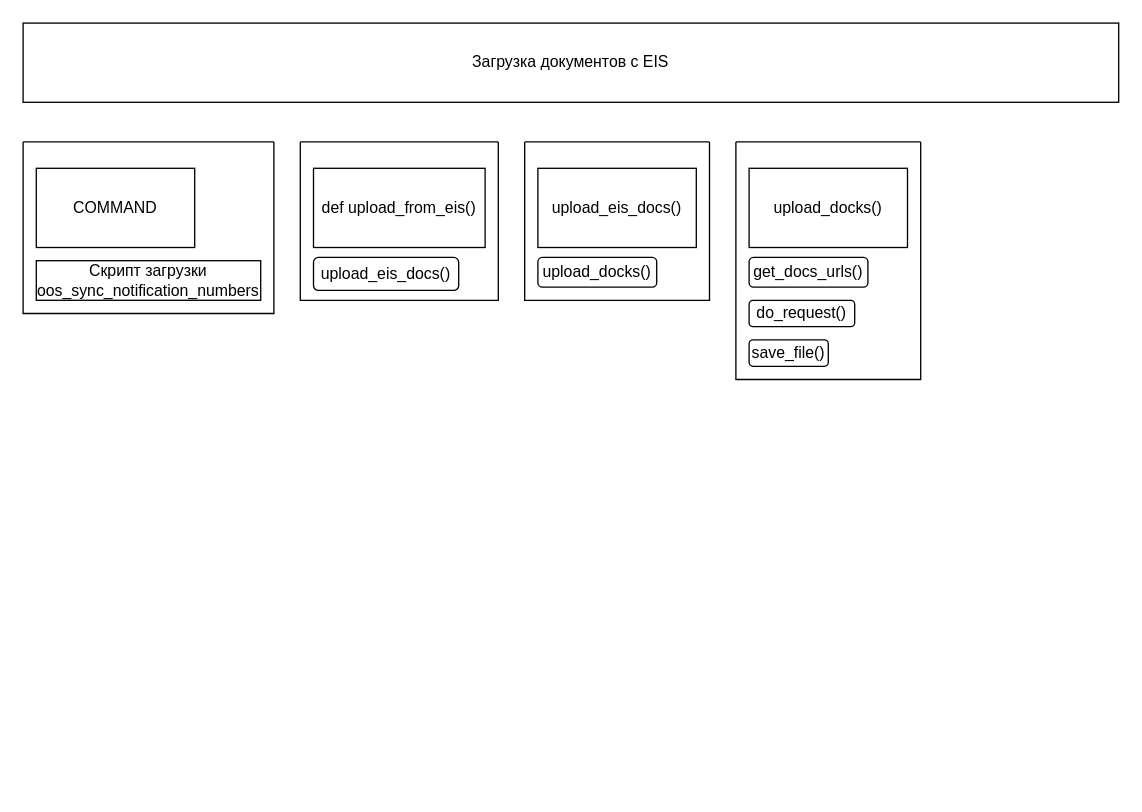
The draw.io diagram EIS_upload_plan.drawio in YaroslavMestkovsky/EIS_upload, before the edit. Source tidied: cells renumbered, new cells numbered last; positions are measured from the earlier drawing's top-left corner, leaving out a move shared by most shapes. Both pictures are drawn from the tidied source at 132%, with x=0, y=0 at pixel (22, 22).
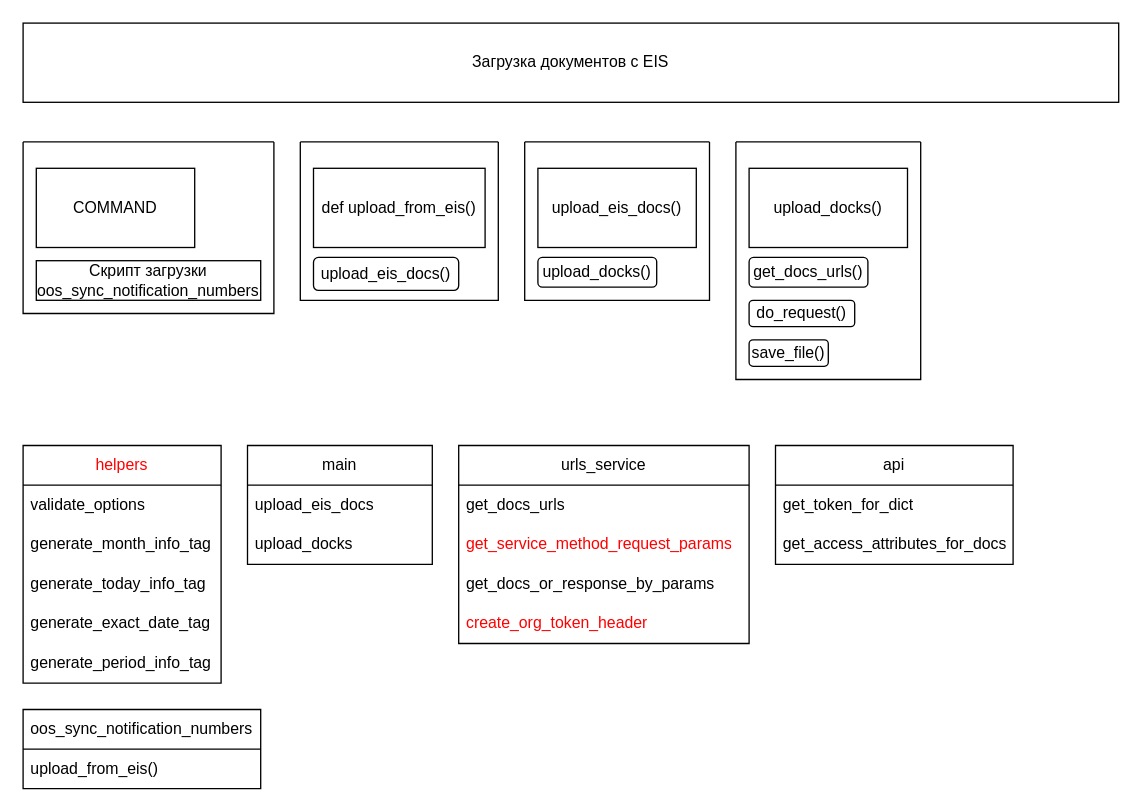
After the change.

What changed in the source:
```diff
@@
+    <mxCell id="17" value="&lt;font color=&quot;#ff0000&quot;&gt;helpers&lt;/font&gt;" style="swimlane;fontStyle=0;horizontal=1;startSize=30;whiteSpace=wrap;html=1;" parent="1" vertex="1">
+      <mxGeometry y="320" width="150" height="180" as="geometry" />
+    </mxCell>
+    <mxCell id="18" value="validate_options" style="text;strokeColor=none;fillColor=none;align=left;verticalAlign=middle;spacingLeft=4;spacingRight=4;overflow=hidden;whiteSpace=wrap;html=1;" parent="17" vertex="1">
+      <mxGeometry y="30" width="150" height="30" as="geometry" />
+    </mxCell>
+    <mxCell id="19" value="generate_month_info_tag" style="text;strokeColor=none;fillColor=none;align=left;verticalAlign=middle;spacingLeft=4;spacingRight=4;overflow=hidden;whiteSpace=wrap;html=1;" parent="17" vertex="1">
+      <mxGeometry y="60" width="150" height="30" as="geometry" />
+    </mxCell>
+    <mxCell id="20" value="generate_today_info_tag" style="text;strokeColor=none;fillColor=none;align=left;verticalAlign=middle;spacingLeft=4;spacingRight=4;overflow=hidden;whiteSpace=wrap;html=1;" parent="17" vertex="1">
+      <mxGeometry y="90" width="150" height="30" as="geometry" />
+    </mxCell>
+    <mxCell id="21" value="generate_exact_date_tag" style="text;strokeColor=none;fillColor=none;align=left;verticalAlign=middle;spacingLeft=4;spacingRight=4;overflow=hidden;whiteSpace=wrap;html=1;" parent="17" vertex="1">
+      <mxGeometry y="120" width="150" height="30" as="geometry" />
+    </mxCell>
+    <mxCell id="22" value="generate_period_info_tag" style="text;strokeColor=none;fillColor=none;align=left;verticalAlign=middle;spacingLeft=4;spacingRight=4;overflow=hidden;whiteSpace=wrap;html=1;" parent="17" vertex="1">
+      <mxGeometry y="150" width="150" height="30" as="geometry" />
+    </mxCell>
+    <mxCell id="23" value="main" style="swimlane;fontStyle=0;horizontal=1;startSize=30;whiteSpace=wrap;html=1;" parent="1" vertex="1">
+      <mxGeometry x="170" y="320" width="140" height="90" as="geometry" />
+    </mxCell>
+    <mxCell id="24" value="upload_eis_docs" style="text;strokeColor=none;fillColor=none;align=left;verticalAlign=middle;spacingLeft=4;spacingRight=4;overflow=hidden;whiteSpace=wrap;html=1;" parent="23" vertex="1">
+      <mxGeometry y="30" width="140" height="30" as="geometry" />
+    </mxCell>
+    <mxCell id="25" value="upload_docks" style="text;strokeColor=none;fillColor=none;align=left;verticalAlign=middle;spacingLeft=4;spacingRight=4;overflow=hidden;whiteSpace=wrap;html=1;" parent="23" vertex="1">
+      <mxGeometry y="60" width="140" height="30" as="geometry" />
+    </mxCell>
+    <mxCell id="26" value="urls_service" style="swimlane;fontStyle=0;horizontal=1;startSize=30;whiteSpace=wrap;html=1;" parent="1" vertex="1">
+      <mxGeometry x="330" y="320" width="220" height="150" as="geometry" />
+    </mxCell>
+    <mxCell id="27" value="get_docs_urls" style="text;strokeColor=none;fillColor=none;align=left;verticalAlign=middle;spacingLeft=4;spacingRight=4;overflow=hidden;whiteSpace=wrap;html=1;" parent="26" vertex="1">
+      <mxGeometry y="30" width="220" height="30" as="geometry" />
+    </mxCell>
+    <mxCell id="28" value="&lt;font color=&quot;#ff0000&quot;&gt;get_service_method_request_params&lt;/font&gt;" style="text;strokeColor=none;fillColor=none;align=left;verticalAlign=middle;spacingLeft=4;spacingRight=4;overflow=hidden;whiteSpace=wrap;html=1;" parent="26" vertex="1">
+      <mxGeometry y="60" width="220" height="30" as="geometry" />
+    </mxCell>
+    <mxCell id="29" value="get_docs_or_response_by_params" style="text;strokeColor=none;fillColor=none;align=left;verticalAlign=middle;spacingLeft=4;spacingRight=4;overflow=hidden;whiteSpace=wrap;html=1;" parent="26" vertex="1">
+      <mxGeometry y="90" width="220" height="30" as="geometry" />
+    </mxCell>
+    <mxCell id="30" value="&lt;font color=&quot;#ff0000&quot;&gt;create_org_token_header&lt;/font&gt;" style="text;strokeColor=none;fillColor=none;align=left;verticalAlign=middle;spacingLeft=4;spacingRight=4;overflow=hidden;whiteSpace=wrap;html=1;" parent="26" vertex="1">
+      <mxGeometry y="120" width="220" height="30" as="geometry" />
+    </mxCell>
+    <mxCell id="31" value="api" style="swimlane;fontStyle=0;horizontal=1;startSize=30;whiteSpace=wrap;html=1;" parent="1" vertex="1">
+      <mxGeometry x="570" y="320" width="180" height="90" as="geometry" />
+    </mxCell>
+    <mxCell id="32" value="get_token_for_dict" style="text;strokeColor=none;fillColor=none;align=left;verticalAlign=middle;spacingLeft=4;spacingRight=4;overflow=hidden;whiteSpace=wrap;html=1;" parent="31" vertex="1">
+      <mxGeometry y="30" width="180" height="30" as="geometry" />
+    </mxCell>
+    <mxCell id="33" value="get_access_attributes_for_docs" style="text;strokeColor=none;fillColor=none;align=left;verticalAlign=middle;spacingLeft=4;spacingRight=4;overflow=hidden;whiteSpace=wrap;html=1;" parent="31" vertex="1">
+      <mxGeometry y="60" width="180" height="30" as="geometry" />
+    </mxCell>
+    <mxCell id="34" value="oos_sync_notification_numbers" style="swimlane;fontStyle=0;horizontal=1;startSize=30;whiteSpace=wrap;html=1;" parent="1" vertex="1">
+      <mxGeometry y="520" width="180" height="60" as="geometry" />
+    </mxCell>
+    <mxCell id="35" value="upload_from_eis()" style="text;strokeColor=none;fillColor=none;align=left;verticalAlign=middle;spacingLeft=4;spacingRight=4;overflow=hidden;whiteSpace=wrap;html=1;" parent="34" vertex="1">
+      <mxGeometry y="30" width="180" height="30" as="geometry" />
+    </mxCell>
```
